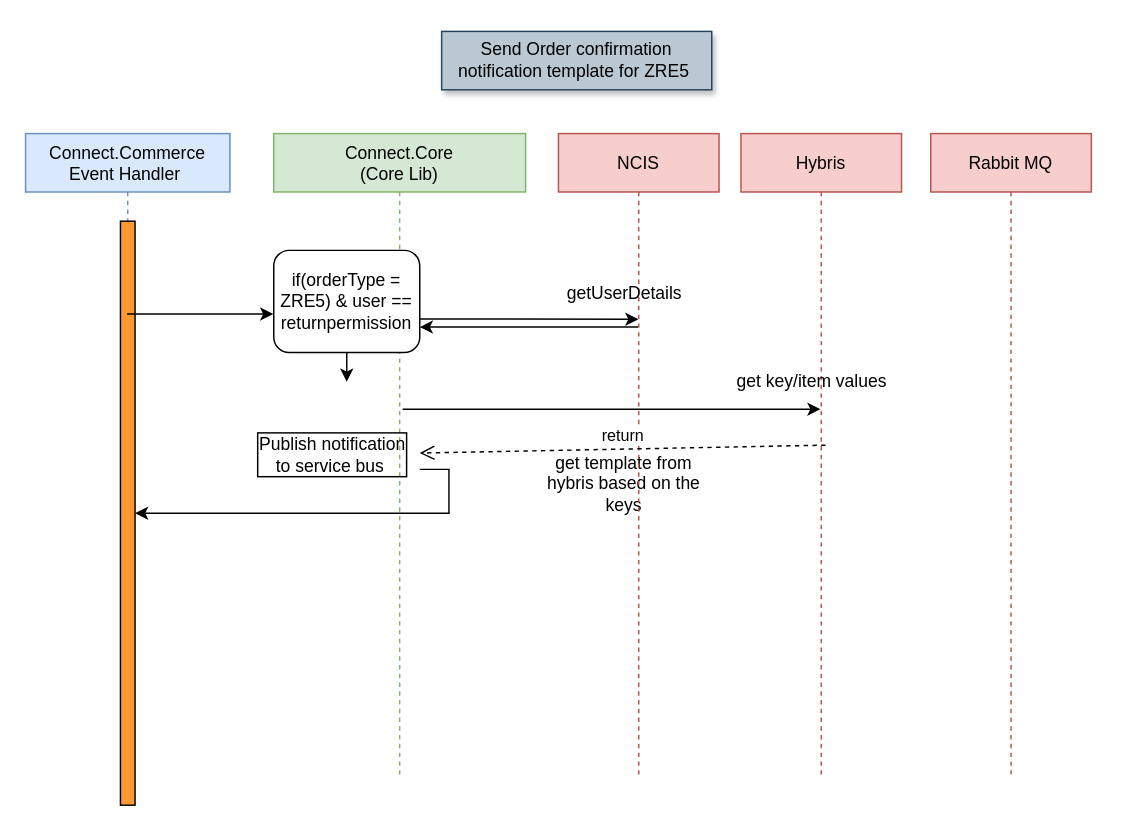
The draw.io diagram Untitled Diagram.drawio in MrMetalAddict/Retail-Mon, before the edit. Source tidied: cells renumbered, new cells numbered last; positions are measured from the earlier drawing's top-left corner, leaving out a move shared by most shapes. Both pictures are drawn from the tidied source at 146%, with x=0, y=0 at pixel (25, 31).
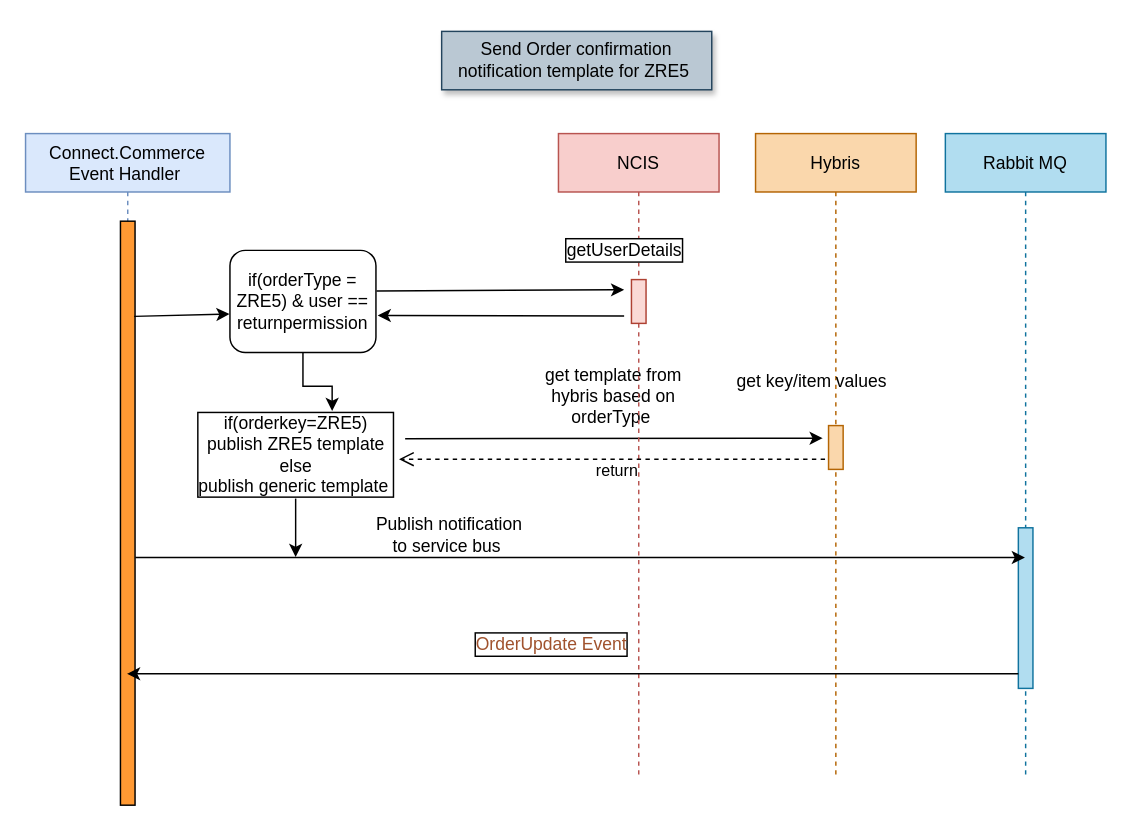
The same page after the edit.

Unchanged cells that the change refers to:
```xml
<mxCell id="2" value="Connect.Commerce&#10;Event Handler " style="shape=umlLifeline;perimeter=lifelinePerimeter;rounded=0;shadow=0;strokeWidth=1;fillColor=#dae8fc;strokeColor=#6c8ebf;" parent="1" vertex="1">
  <mxGeometry y="70" width="140" height="440" as="geometry" />
</mxCell>
<mxCell id="3" style="points=[];perimeter=orthogonalPerimeter;rounded=0;shadow=0;strokeWidth=1;fillColor=#FF9933;" parent="2" vertex="1">
  <mxGeometry x="65" y="60" width="10" height="400" as="geometry" />
</mxCell>
<mxCell id="16" value="NCIS" style="shape=umlLifeline;perimeter=lifelinePerimeter;rounded=0;shadow=0;strokeWidth=1;fillColor=#f8cecc;strokeColor=#b85450;" parent="1" vertex="1">
  <mxGeometry x="365" y="70" width="110" height="440" as="geometry" />
</mxCell>
```

Change to the diagram source:
```diff
@@
-    <mxCell id="4" value="Connect.Core &#10;(Core Lib)" style="shape=umlLifeline;perimeter=lifelinePerimeter;rounded=0;shadow=0;strokeWidth=1;fillColor=#d5e8d4;strokeColor=#82b366;" parent="1" vertex="1">
-      <mxGeometry x="170" y="70" width="172.5" height="440" as="geometry" />
-    </mxCell>
@@
-    <mxCell id="6" value="Hybris" style="shape=umlLifeline;perimeter=lifelinePerimeter;rounded=0;shadow=0;strokeWidth=1;fillColor=#f8cecc;strokeColor=#b85450;" parent="1" vertex="1">
-      <mxGeometry x="490" y="70" width="110" height="440" as="geometry" />
+    <mxCell id="6" value="Hybris" style="shape=umlLifeline;perimeter=lifelinePerimeter;rounded=0;shadow=0;strokeWidth=1;fillColor=#fad7ac;strokeColor=#b46504;" parent="1" vertex="1">
+      <mxGeometry x="500" y="70" width="110" height="440" as="geometry" />
     </mxCell>
     <mxCell id="7" style="edgeStyle=orthogonalEdgeStyle;rounded=0;jettySize=auto;html=1;" parent="1" edge="1" source="8">
       <mxGeometry relative="1" as="geometry">
-        <mxPoint x="220" y="240" as="targetPoint" />
+        <mxPoint x="210" y="260" as="targetPoint" />
+        <Array as="points">
+          <mxPoint x="190" y="243" />
+          <mxPoint x="210" y="243" />
+        </Array>
       </mxGeometry>
     </mxCell>
     <mxCell id="8" value="if(orderType = ZRE5) &amp;amp; user == returnpermission" style="rounded=1;whiteSpace=wrap;html=1;" parent="1" vertex="1">
-      <mxGeometry x="170" y="150" width="100" height="70" as="geometry" />
+      <mxGeometry x="140" y="150" width="100" height="70" as="geometry" />
     </mxCell>
-    <mxCell id="9" style="endArrow=classic;html=1;entryX=-0.003;entryY=0.623;entryDx=0;entryDy=0;entryPerimeter=0;" parent="1" edge="1" source="2" target="8">
+    <mxCell id="9" style="endArrow=classic;html=1;entryX=-0.003;entryY=0.623;entryDx=0;entryDy=0;entryPerimeter=0;exitX=0.94;exitY=0.163;exitDx=0;exitDy=0;exitPerimeter=0;" parent="1" edge="1" source="3" target="8">
       <mxGeometry relative="1" as="geometry" />
     </mxCell>
-    <mxCell id="10" value="Publish notification &lt;br&gt;to service bus&amp;nbsp;" style="text;html=1;align=center;verticalAlign=middle;points=[];labelBorderColor=#000000;" parent="1" vertex="1">
-      <mxGeometry x="150" y="275" width="120" height="30" as="geometry" />
+    <mxCell id="10" value="Publish notification &lt;br&gt;to service bus&amp;nbsp;" style="text;html=1;align=center;verticalAlign=middle;points=[];labelBorderColor=none;" parent="1" vertex="1">
+      <mxGeometry x="230" y="330" width="120" height="30" as="geometry" />
     </mxCell>
-    <mxCell id="11" style="endArrow=classic;html=1;exitX=0.512;exitY=0.429;exitDx=0;exitDy=0;exitPerimeter=0;" parent="1" edge="1" source="4" target="6">
-      <mxGeometry relative="1" as="geometry" />
+    <mxCell id="11" style="endArrow=classic;html=1;entryX=-0.4;entryY=0.287;entryDx=0;entryDy=0;entryPerimeter=0;" parent="1" edge="1" target="29">
+      <mxGeometry relative="1" as="geometry">
+        <mxPoint x="260" y="279" as="sourcePoint" />
+      </mxGeometry>
     </mxCell>
@@
-    <mxCell id="14" value="get template from hybris based on the keys" style="text;html=1;strokeColor=none;fillColor=none;align=center;verticalAlign=middle;whiteSpace=wrap;rounded=0;" parent="1" vertex="1">
-      <mxGeometry x="350" y="300" width="120" height="20" as="geometry" />
+    <mxCell id="14" value="get template from hybris based on orderType&amp;nbsp;" style="text;html=1;strokeColor=none;fillColor=none;align=center;verticalAlign=middle;whiteSpace=wrap;rounded=0;" parent="1" vertex="1">
+      <mxGeometry x="342.5" y="240" width="120" height="20" as="geometry" />
     </mxCell>
-    <mxCell id="15" style="edgeStyle=orthogonalEdgeStyle;rounded=0;jettySize=auto;html=1;" parent="1" edge="1" source="10" target="3">
-      <mxGeometry relative="1" as="geometry">
-        <Array as="points">
-          <mxPoint x="290" y="300" />
-          <mxPoint x="290" y="330" />
-        </Array>
-      </mxGeometry>
-    </mxCell>
@@
+    <mxCell id="22" style="html=1;perimeter=orthogonalPerimeter;labelBackgroundColor=#ffffff;fillColor=#fad9d5;strokeColor=#ae4132;" parent="16" vertex="1">
+      <mxGeometry x="50" y="100" width="10" height="30" as="geometry" />
+    </mxCell>
-    <mxCell id="17" style="endArrow=classic;html=1;entryX=0.498;entryY=0.289;entryDx=0;entryDy=0;entryPerimeter=0;" parent="1" edge="1" target="16">
+    <mxCell id="17" style="endArrow=classic;html=1;exitX=1.004;exitY=0.397;exitDx=0;exitDy=0;exitPerimeter=0;" parent="1" edge="1" source="8">
       <mxGeometry relative="1" as="geometry">
-        <mxPoint x="270" y="197" as="sourcePoint" />
+        <mxPoint x="410" y="177" as="targetPoint" />
       </mxGeometry>
     </mxCell>
-    <mxCell id="18" value="getUserDetails" style="text;html=1;align=center;verticalAlign=middle;" parent="1" vertex="1">
-      <mxGeometry x="365" y="170" width="90" height="20" as="geometry" />
+    <mxCell id="18" value="getUserDetails" style="text;html=1;align=center;verticalAlign=middle;labelBackgroundColor=#ffffff;labelBorderColor=#000000;" parent="1" vertex="1">
+      <mxGeometry x="365" y="140" width="90" height="20" as="geometry" />
     </mxCell>
-    <mxCell id="19" style="endArrow=classic;html=1;entryX=1;entryY=0.75;entryDx=0;entryDy=0;" parent="1" edge="1" source="16" target="8">
-      <mxGeometry relative="1" as="geometry" />
+    <mxCell id="19" style="endArrow=classic;html=1;entryX=1.012;entryY=0.637;entryDx=0;entryDy=0;entryPerimeter=0;" parent="1" edge="1" target="8">
+      <mxGeometry relative="1" as="geometry">
+        <mxPoint x="410" y="195" as="sourcePoint" />
+      </mxGeometry>
     </mxCell>
+    <mxCell id="21" value="Rabbit MQ" style="shape=umlLifeline;perimeter=lifelinePerimeter;rounded=0;shadow=0;strokeWidth=1;fillColor=#b1ddf0;strokeColor=#10739e;" parent="1" vertex="1">
+      <mxGeometry x="630" y="70" width="110" height="440" as="geometry" />
+    </mxCell>
+    <mxCell id="23" style="html=1;perimeter=orthogonalPerimeter;labelBackgroundColor=#ffffff;fillColor=#b1ddf0;strokeColor=#10739e;" parent="21" vertex="1">
+      <mxGeometry x="50" y="270" width="10" height="110" as="geometry" />
+    </mxCell>
+    <mxCell id="24" value="&lt;span style=&quot;color: #a0522d&quot;&gt;OrderUpdate Event&lt;/span&gt;" style="text;html=1;align=center;verticalAlign=middle;labelBackgroundColor=none;labelBorderColor=#000000;" parent="1" vertex="1">
+      <mxGeometry x="300" y="410" width="120" height="20" as="geometry" />
+    </mxCell>
+    <mxCell id="25" style="endArrow=classic;html=1;exitX=1.02;exitY=0.576;exitDx=0;exitDy=0;exitPerimeter=0;" parent="1" edge="1" source="3" target="21">
+      <mxGeometry relative="1" as="geometry" />
+    </mxCell>
+    <mxCell id="26" style="edgeStyle=orthogonalEdgeStyle;rounded=0;jettySize=auto;html=1;" parent="1" edge="1" source="27">
+      <mxGeometry relative="1" as="geometry">
+        <mxPoint x="185" y="360" as="targetPoint" />
+      </mxGeometry>
+    </mxCell>
+    <mxCell id="27" value="&lt;span&gt;if(orderkey=ZRE5) &lt;br&gt;publish ZRE5 template&lt;br&gt;else&lt;br&gt;publish generic template&amp;nbsp;&lt;/span&gt;" style="text;html=1;align=center;verticalAlign=middle;points=[];labelBorderColor=#000000;" parent="1" vertex="1">
+      <mxGeometry x="110" y="260" width="150" height="60" as="geometry" />
+    </mxCell>
+    <mxCell id="28" style="endArrow=classic;html=1;" parent="1" edge="1" target="2">
+      <mxGeometry relative="1" as="geometry">
+        <mxPoint x="680" y="440" as="sourcePoint" />
+      </mxGeometry>
+    </mxCell>
+    <mxCell id="29" style="html=1;points=[];perimeter=orthogonalPerimeter;labelBackgroundColor=#ffffff;fillColor=#fad7ac;strokeColor=#b46504;" parent="1" vertex="1">
+      <mxGeometry x="550" y="270" width="10" height="30" as="geometry" />
+    </mxCell>
-    <mxCell id="20" value="return" style="html=1;verticalAlign=bottom;endArrow=open;dashed=1;endSize=8;exitX=0.527;exitY=0.485;exitDx=0;exitDy=0;exitPerimeter=0;" parent="1" edge="1" source="6" target="10">
-      <mxGeometry relative="1" as="geometry" />
+    <mxCell id="20" value="return" style="html=1;verticalAlign=bottom;endArrow=open;dashed=1;endSize=8;exitX=-0.24;exitY=0.767;exitDx=0;exitDy=0;exitPerimeter=0;" parent="1" edge="1" source="29">
+      <mxGeometry x="-0.02" y="17" relative="1" as="geometry">
+        <mxPoint x="255.8" y="293" as="targetPoint" />
+      </mxGeometry>
     </mxCell>
-    <mxCell id="21" value="Rabbit MQ" style="shape=umlLifeline;perimeter=lifelinePerimeter;rounded=0;shadow=0;strokeWidth=1;fillColor=#f8cecc;strokeColor=#b85450;" parent="1" vertex="1">
-      <mxGeometry x="620" y="70" width="110" height="440" as="geometry" />
-    </mxCell>
```
